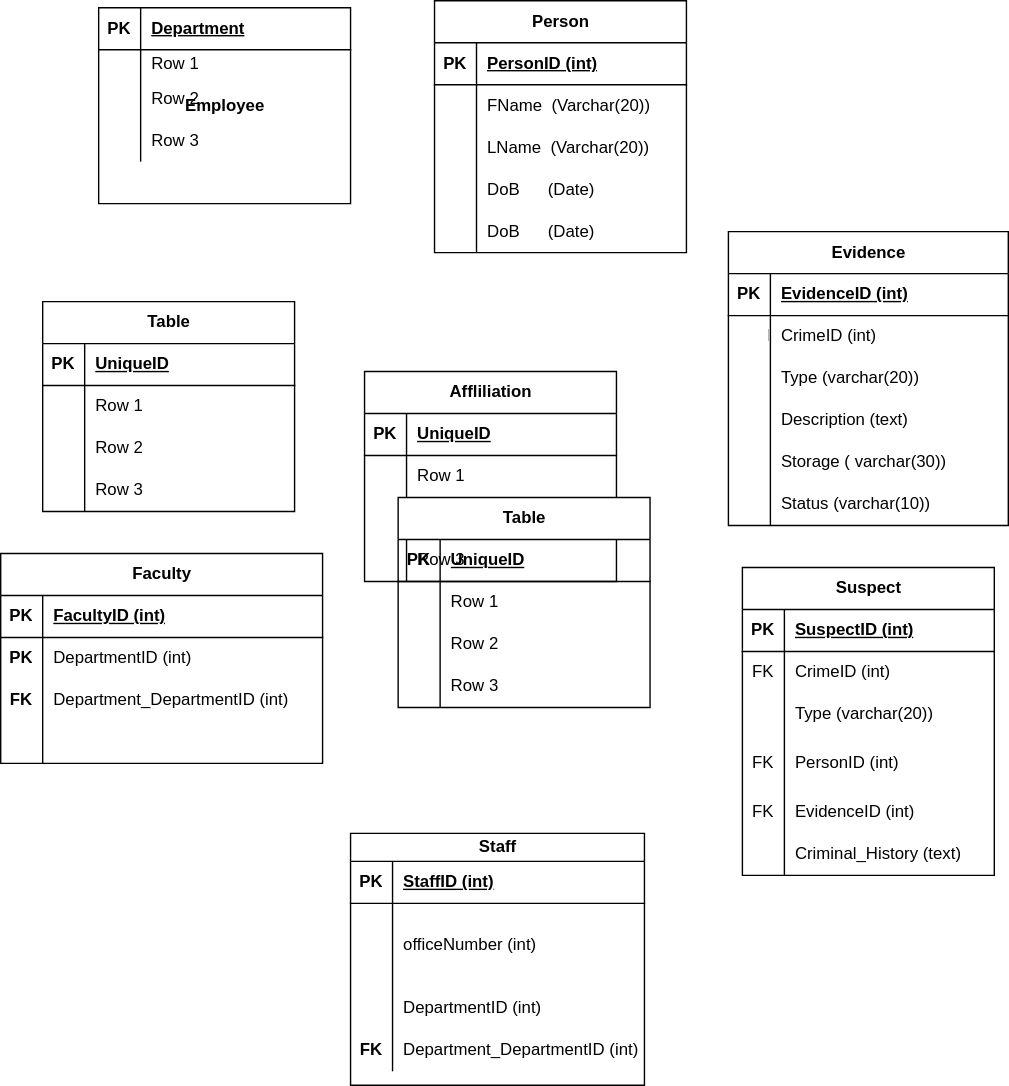
Priscile2/Diagrams keeps this draw.io diagram as Untitled Diagram.drawio.svg. Above is the earlier version. Source tidied: cells renumbered, new cells last; positions are measured from the earlier drawing's top-left corner, leaving out a move shared by most shapes.
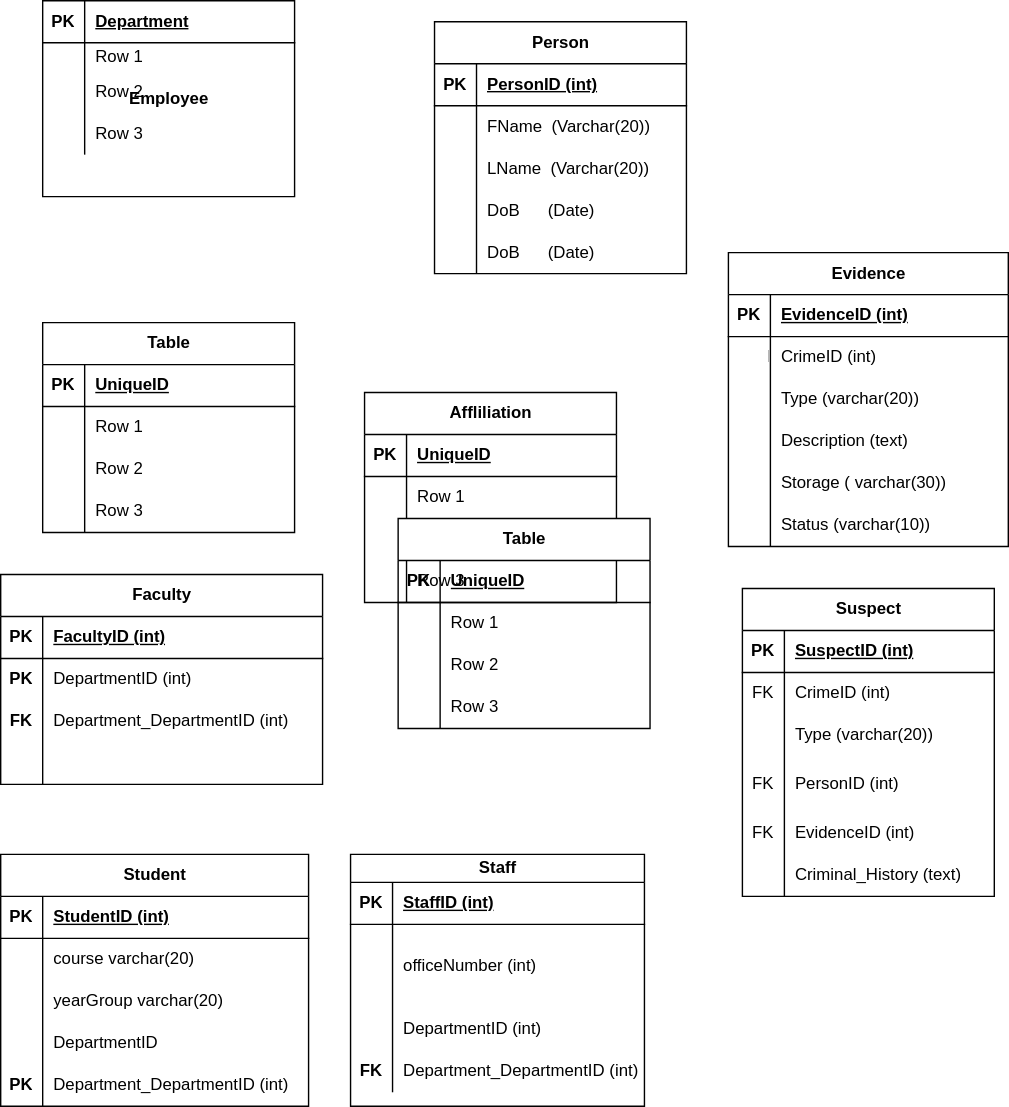
After the change.

Change to the diagram source:
```diff
@@ -3,7 +3,7 @@
     <mxCell id="0" />
     <mxCell id="1" parent="0" />
     <mxCell id="2" value="Employee" style="shape=table;startSize=0;rowLines=0;fontStyle=1;align=center;html=1;" parent="1" vertex="1">
-      <mxGeometry x="70" y="5" width="180" height="140" as="geometry" />
+      <mxGeometry x="30" y="-15" width="180" height="140" as="geometry" />
     </mxCell>
     <mxCell id="3" style="shape=tableRow;horizontal=0;startSize=0;swimlaneHead=0;swimlaneBody=0;fillColor=none;top=0;left=0;right=0;bottom=1;" parent="2" vertex="1">
       <mxGeometry width="180" height="30" as="geometry" />
@@ -398,5 +398,53 @@
     <mxCell id="133" value="Department_DepartmentID (int)" style="shape=partialRectangle;fillColor=none;top=0;left=0;bottom=0;right=0;align=left;spacingLeft=6;overflow=hidden;whiteSpace=wrap;html=1;" parent="131" vertex="1">
       <mxGeometry x="30" width="180" height="30" as="geometry" />
     </mxCell>
+    <mxCell id="134" value="Student" style="shape=table;startSize=30;rowLines=0;fontStyle=1;align=center;html=1;" parent="1" vertex="1">
+      <mxGeometry y="595" width="220" height="180" as="geometry" />
+    </mxCell>
+    <mxCell id="135" style="shape=tableRow;horizontal=0;startSize=0;swimlaneHead=0;swimlaneBody=0;fillColor=none;top=0;left=0;right=0;bottom=1;" parent="134" vertex="1">
+      <mxGeometry y="30" width="220" height="30" as="geometry" />
+    </mxCell>
+    <mxCell id="136" value="PK" style="shape=partialRectangle;fillColor=none;top=0;left=0;bottom=0;right=0;fontStyle=1;overflow=hidden;whiteSpace=wrap;html=1;" parent="135" vertex="1">
+      <mxGeometry width="30" height="30" as="geometry" />
+    </mxCell>
+    <mxCell id="137" value="StudentID (int)" style="shape=partialRectangle;fillColor=none;top=0;left=0;bottom=0;right=0;align=left;spacingLeft=6;fontStyle=5;overflow=hidden;whiteSpace=wrap;html=1;" parent="135" vertex="1">
+      <mxGeometry x="30" width="190" height="30" as="geometry" />
+    </mxCell>
+    <mxCell id="138" style="shape=tableRow;horizontal=0;startSize=0;swimlaneHead=0;swimlaneBody=0;fillColor=none;top=0;left=0;right=0;bottom=0;" parent="134" vertex="1">
+      <mxGeometry y="60" width="220" height="30" as="geometry" />
+    </mxCell>
+    <mxCell id="139" style="shape=partialRectangle;fillColor=none;top=0;left=0;bottom=0;right=0;overflow=hidden;whiteSpace=wrap;html=1;" parent="138" vertex="1">
+      <mxGeometry width="30" height="30" as="geometry" />
+    </mxCell>
+    <mxCell id="140" value="course varchar(20)" style="shape=partialRectangle;fillColor=none;top=0;left=0;bottom=0;right=0;align=left;spacingLeft=6;overflow=hidden;whiteSpace=wrap;html=1;" parent="138" vertex="1">
+      <mxGeometry x="30" width="190" height="30" as="geometry" />
+    </mxCell>
+    <mxCell id="141" style="shape=tableRow;horizontal=0;startSize=0;swimlaneHead=0;swimlaneBody=0;fillColor=none;top=0;left=0;right=0;bottom=0;" parent="134" vertex="1">
+      <mxGeometry y="90" width="220" height="30" as="geometry" />
+    </mxCell>
+    <mxCell id="142" style="shape=partialRectangle;fillColor=none;top=0;left=0;bottom=0;right=0;overflow=hidden;whiteSpace=wrap;html=1;" parent="141" vertex="1">
+      <mxGeometry width="30" height="30" as="geometry" />
+    </mxCell>
+    <mxCell id="143" value="yearGroup varchar(20)" style="shape=partialRectangle;fillColor=none;top=0;left=0;bottom=0;right=0;align=left;spacingLeft=6;overflow=hidden;whiteSpace=wrap;html=1;" parent="141" vertex="1">
+      <mxGeometry x="30" width="190" height="30" as="geometry" />
+    </mxCell>
+    <mxCell id="144" style="shape=tableRow;horizontal=0;startSize=0;swimlaneHead=0;swimlaneBody=0;fillColor=none;top=0;left=0;right=0;bottom=0;" parent="134" vertex="1">
+      <mxGeometry y="120" width="220" height="30" as="geometry" />
+    </mxCell>
+    <mxCell id="145" style="shape=partialRectangle;fillColor=none;top=0;left=0;bottom=0;right=0;overflow=hidden;whiteSpace=wrap;html=1;" parent="144" vertex="1">
+      <mxGeometry width="30" height="30" as="geometry" />
+    </mxCell>
+    <mxCell id="146" value="DepartmentID" style="shape=partialRectangle;fillColor=none;top=0;left=0;bottom=0;right=0;align=left;spacingLeft=6;overflow=hidden;whiteSpace=wrap;html=1;" parent="144" vertex="1">
+      <mxGeometry x="30" width="190" height="30" as="geometry" />
+    </mxCell>
+    <mxCell id="147" style="shape=tableRow;horizontal=0;startSize=0;swimlaneHead=0;swimlaneBody=0;fillColor=none;top=0;left=0;right=0;bottom=0;" parent="134" vertex="1">
+      <mxGeometry y="150" width="220" height="30" as="geometry" />
+    </mxCell>
+    <mxCell id="148" value="&lt;b&gt;PK&lt;/b&gt;" style="shape=partialRectangle;fillColor=none;top=0;left=0;bottom=0;right=0;overflow=hidden;whiteSpace=wrap;html=1;" parent="147" vertex="1">
+      <mxGeometry width="30" height="30" as="geometry" />
+    </mxCell>
+    <mxCell id="149" value="Department_DepartmentID (int)" style="shape=partialRectangle;fillColor=none;top=0;left=0;bottom=0;right=0;align=left;spacingLeft=6;overflow=hidden;whiteSpace=wrap;html=1;" parent="147" vertex="1">
+      <mxGeometry x="30" width="190" height="30" as="geometry" />
+    </mxCell>
   </root>
 </mxGraphModel>
```
